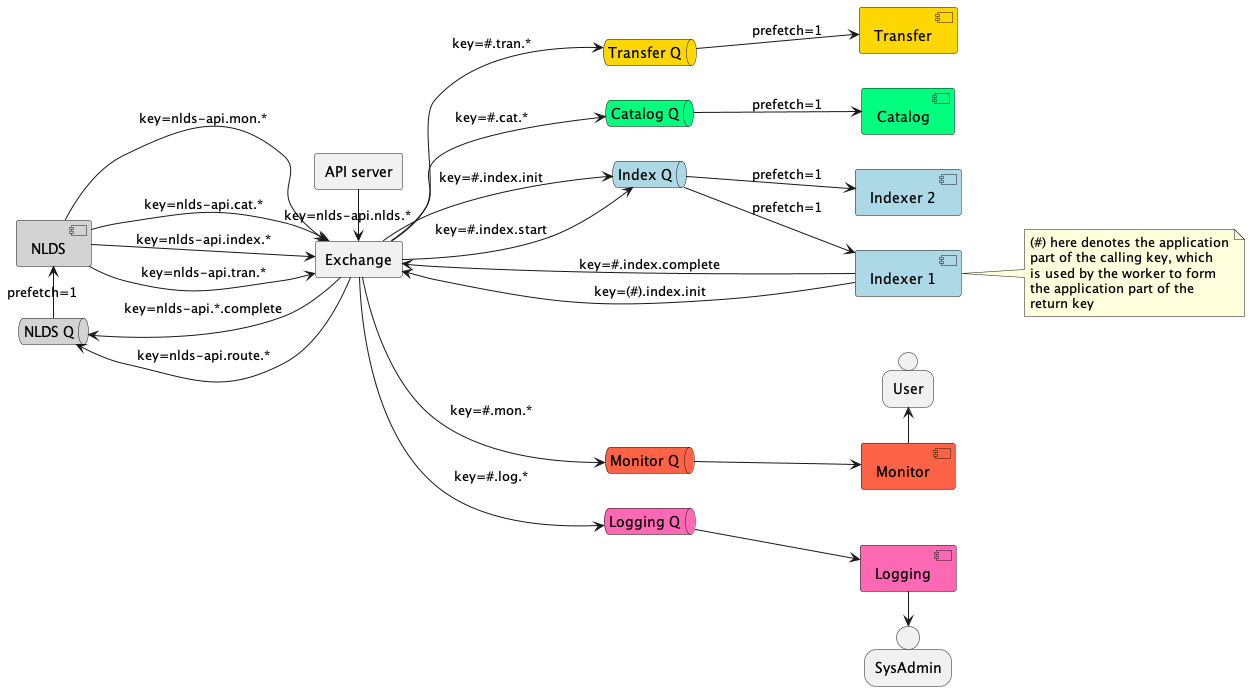
Before: docs/spec/uml/queue_structure.png, a diagram exported from PlantUML (cedadev/nlds). Its diagram source:
```plantuml
@startuml queue_structure

left to right direction
agent api_server as "API server"

together {
    queue wq as "NLDS Q" #lightgrey
    component work as "NLDS" #lightgrey
}

together {
    agent pex as "Exchange"
}

pex --> wq : key=nlds-api.*.complete
pex --> wq : key=nlds-api.route.*
wq -> work : prefetch=1

together {
    queue sq as "Index Q" #lightblue
    queue tq as "Transfer Q" #gold
    queue cq as "Catalog Q" #springgreen
}

pex --> sq : key=#.index.init
pex --> sq : key=#.index.start
pex --> tq : key=#.tran.*
pex --> cq : key=#.cat.*

work --> pex : key=nlds-api.index.*
work --> pex : key=nlds-api.tran.*
work --> pex : key=nlds-api.mon.*
work --> pex : key=nlds-api.cat.*

together {
    queue mq as "Monitor Q" #tomato
    queue lq as "Logging Q" #hotpink
}

pex --> mq : key=#.mon.*
pex --> lq : key=#.log.*

together {
    component scan1 as "Indexer 1" #lightblue
    component scan2 as "Indexer 2" #lightblue
}

component tran1 as "Transfer" #gold
component cat1 as "Catalog" #springgreen
together {
    component mon1 as "Monitor" #tomato
    person user as "User"
}

together {
    component log1 as "Logging" #hotpink
    person sysadmin as "SysAdmin"
}

api_server -> pex : key=nlds-api.nlds.*

sq --> scan1 : prefetch=1
sq --> scan2 : prefetch=1
tq --> tran1 : prefetch=1
cq --> cat1 : prefetch=1

mq --> mon1
lq --> log1

mon1 -> user
sysadmin <- log1

scan1 --> pex : key=#.index.complete
scan1 --> pex : key=(#).index.init

note right of scan1
    (#) here denotes the application
    part of the calling key, which
    is used by the worker to form
    the application part of the
    return key
end note

@enduml
```
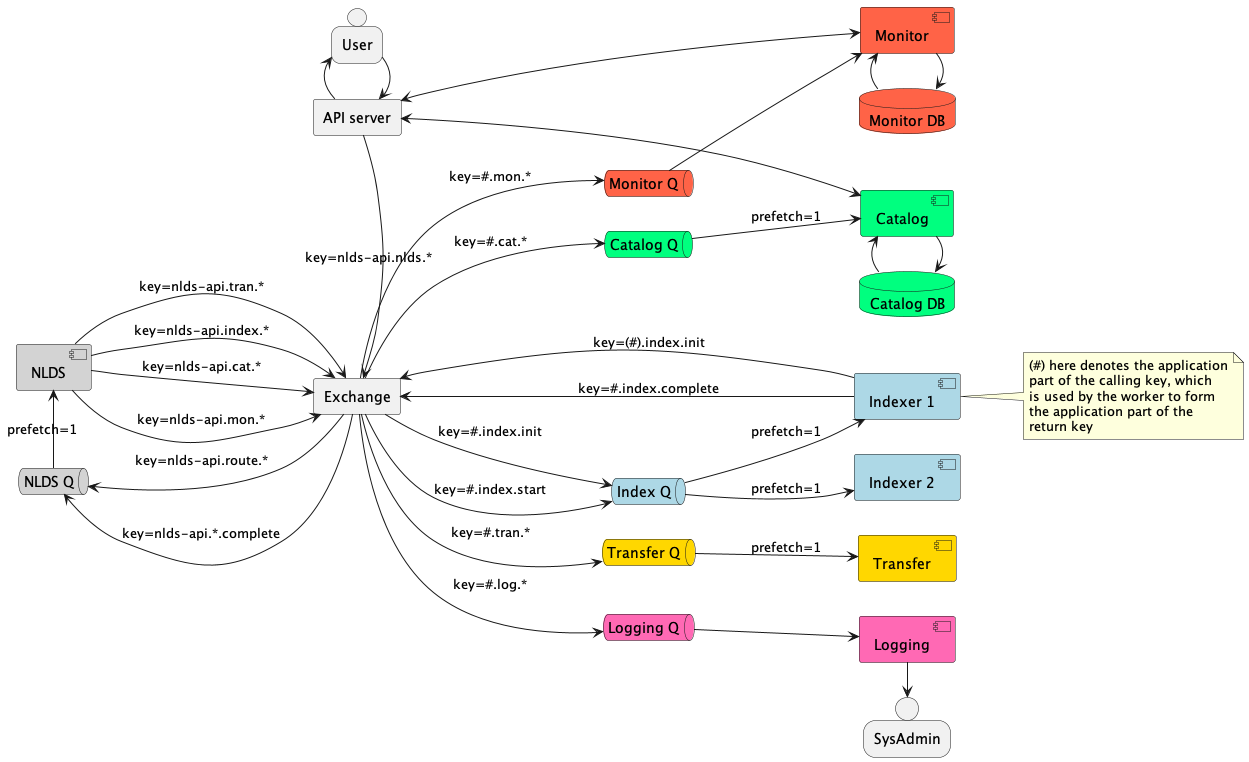
Above is the later version.

Commit message:
Update rabbit queue structure

The edit, as a diff of the source:
```diff
@@ -1,14 +1,16 @@
 @startuml queue_structure
 
 left to right direction
-agent api_server as "API server"
+together {
+    person user as "User"
+    agent api_server as "API server"
+}
+user -> api_server
+api_server -> user
 
 together {
     queue wq as "NLDS Q" #lightgrey
     component work as "NLDS" #lightgrey
-}
-
-together {
     agent pex as "Exchange"
 }
 
@@ -19,6 +21,9 @@
 together {
     queue sq as "Index Q" #lightblue
     queue tq as "Transfer Q" #gold
+}
+together {
+    queue mq as "Monitor Q" #tomato
     queue cq as "Catalog Q" #springgreen
 }
 
@@ -32,10 +37,7 @@
 work --> pex : key=nlds-api.mon.*
 work --> pex : key=nlds-api.cat.*
 
-together {
-    queue mq as "Monitor Q" #tomato
-    queue lq as "Logging Q" #hotpink
-}
+queue lq as "Logging Q" #hotpink
 
 pex --> mq : key=#.mon.*
 pex --> lq : key=#.log.*
@@ -46,11 +48,24 @@
 }
 
 component tran1 as "Transfer" #gold
-component cat1 as "Catalog" #springgreen
+
+together {
+    component cat1 as "Catalog" #springgreen
+    database cat_db as "Catalog DB" #springgreen
+}
+cat1 -> cat_db
+cat_db -> cat1
+
 together {
     component mon1 as "Monitor" #tomato
-    person user as "User"
+    database mon_db as "Monitor DB" #tomato
 }
+
+mon1 -> mon_db
+mon_db -> mon1
+
+api_server <-> mon1
+api_server <-> cat1
 
 together {
     component log1 as "Logging" #hotpink
@@ -67,7 +82,6 @@
 mq --> mon1
 lq --> log1
 
-mon1 -> user
 sysadmin <- log1
 
 scan1 --> pex : key=#.index.complete
```
